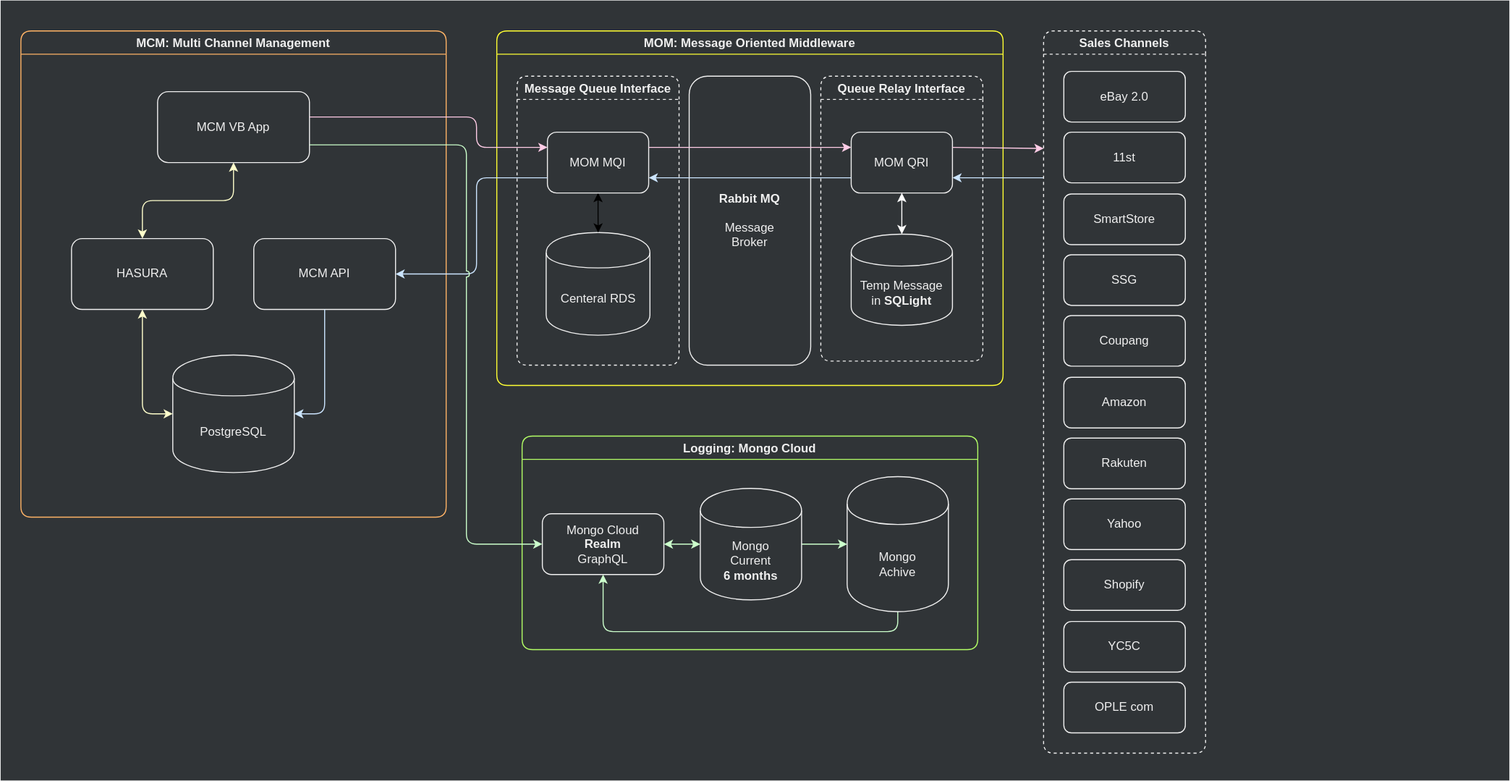
The draw.io diagram assets/.draw.io/documents/geclio2-mcm-service.svg in jiholee-ntwglobal/jiholee-ntwglobal.github.io, before a commit. Source tidied: cells renumbered, new cells last; positions are measured from the earlier drawing's top-left corner, leaving out a move shared by most shapes.
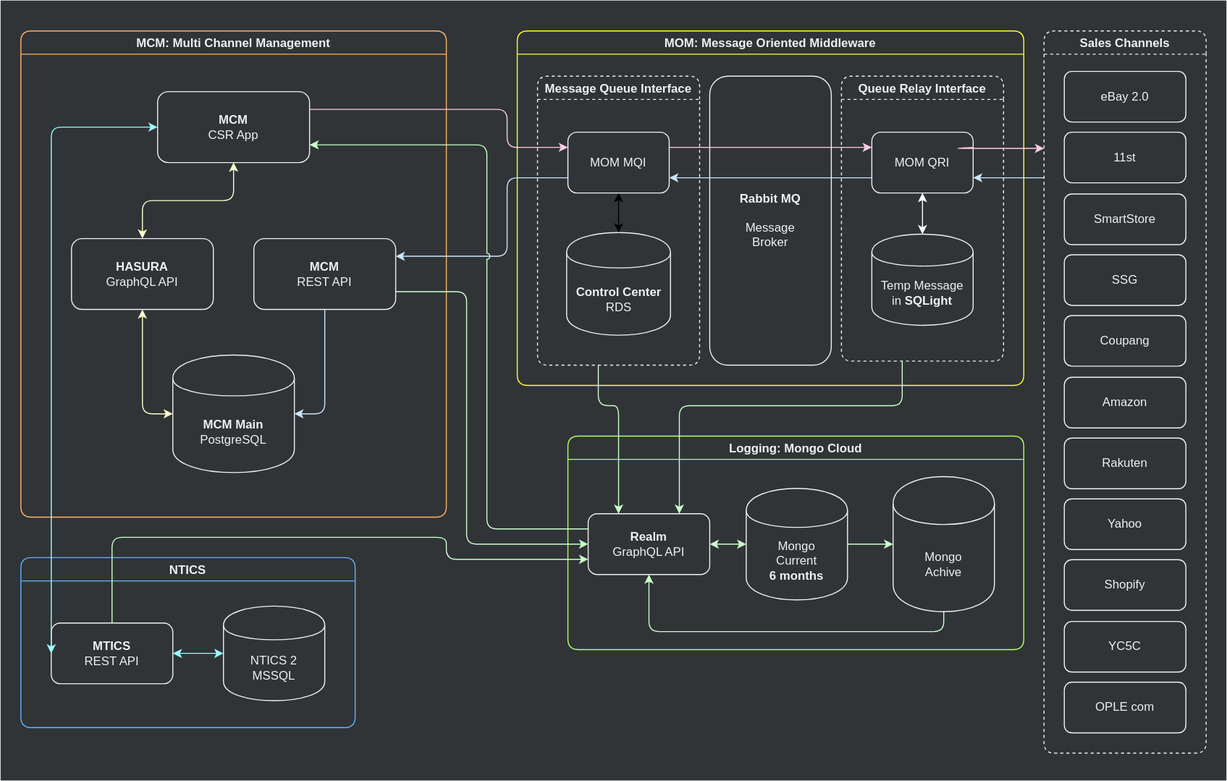
The same diagram one commit later.

The edit, as a diff of the source:
```diff
@@ -3,16 +3,16 @@
     <mxCell id="0" />
     <mxCell id="1" value="Background" parent="0" />
     <mxCell id="2" style="rounded=0;whiteSpace=wrap;html=1;strokeColor=none;fillColor=#303437;fontColor=#F0F0F0;labelBackgroundColor=none;" parent="1" vertex="1">
-      <mxGeometry width="1490" height="770" as="geometry" />
+      <mxGeometry width="1210" height="770" as="geometry" />
     </mxCell>
     <mxCell id="3" value="Foreground" parent="0" />
     <mxCell id="4" value="MCM: Multi Channel Management" style="swimlane;rounded=1;fillColor=none;fontColor=#F0F0F0;strokeColor=#FFB366;" parent="3" vertex="1">
       <mxGeometry x="20" y="30" width="420" height="480" as="geometry" />
     </mxCell>
-    <mxCell id="5" value="PostgreSQL" style="shape=cylinder;whiteSpace=wrap;html=1;boundedLbl=1;backgroundOutline=1;fillColor=none;fontColor=#F0F0F0;strokeColor=#F0F0F0;" parent="4" vertex="1">
+    <mxCell id="5" value="&lt;b&gt;MCM Main&lt;/b&gt;&lt;br&gt;PostgreSQL" style="shape=cylinder;whiteSpace=wrap;html=1;boundedLbl=1;backgroundOutline=1;fillColor=none;fontColor=#F0F0F0;strokeColor=#F0F0F0;" parent="4" vertex="1">
       <mxGeometry x="150" y="320" width="120" height="116" as="geometry" />
     </mxCell>
-    <mxCell id="6" value="MCM API" style="rounded=1;whiteSpace=wrap;html=1;fillColor=none;fontColor=#F0F0F0;strokeColor=#F0F0F0;" parent="4" vertex="1">
+    <mxCell id="6" value="&lt;b&gt;MCM &lt;/b&gt;&lt;br&gt;REST API" style="rounded=1;whiteSpace=wrap;html=1;fillColor=none;fontColor=#F0F0F0;strokeColor=#F0F0F0;" parent="4" vertex="1">
       <mxGeometry x="230" y="205" width="140" height="70" as="geometry" />
     </mxCell>
     <mxCell id="7" style="edgeStyle=orthogonalEdgeStyle;rounded=1;jettySize=auto;html=1;entryX=0;entryY=0.5;entryDx=0;entryDy=0;strokeColor=#FFFFCC;startArrow=classic;startFill=1;jumpStyle=arc;exitX=0.5;exitY=1;exitDx=0;exitDy=0;" parent="4" edge="1" source="11" target="5">
@@ -22,7 +22,7 @@
         </Array>
       </mxGeometry>
     </mxCell>
-    <mxCell id="8" value="MCM VB App" style="rounded=1;whiteSpace=wrap;html=1;fillColor=none;fontColor=#F0F0F0;strokeColor=#F0F0F0;" parent="4" vertex="1">
+    <mxCell id="8" value="&lt;b&gt;MCM&lt;br&gt;&lt;/b&gt;CSR App" style="rounded=1;whiteSpace=wrap;html=1;fillColor=none;fontColor=#F0F0F0;strokeColor=#F0F0F0;" parent="4" vertex="1">
       <mxGeometry x="135" y="60" width="150" height="70" as="geometry" />
     </mxCell>
     <mxCell id="9" style="edgeStyle=orthogonalEdgeStyle;rounded=1;jettySize=auto;html=1;strokeColor=#CCE5FF;jumpStyle=arc;entryX=1;entryY=0.5;entryDx=0;entryDy=0;exitX=0.5;exitY=1;exitDx=0;exitDy=0;" parent="4" edge="1" source="6" target="5">
@@ -35,11 +35,11 @@
     <mxCell id="10" style="edgeStyle=orthogonalEdgeStyle;rounded=1;jettySize=auto;html=1;entryX=0.5;entryY=1;entryDx=0;entryDy=0;startArrow=classic;startFill=1;strokeColor=#FFFFCC;" parent="4" edge="1" source="11" target="8">
       <mxGeometry relative="1" as="geometry" />
     </mxCell>
-    <mxCell id="11" value="HASURA" style="rounded=1;whiteSpace=wrap;html=1;fillColor=none;fontColor=#F0F0F0;strokeColor=#F0F0F0;" parent="4" vertex="1">
+    <mxCell id="11" value="&lt;b&gt;HASURA&lt;/b&gt;&lt;br&gt;GraphQL API" style="rounded=1;whiteSpace=wrap;html=1;fillColor=none;fontColor=#F0F0F0;strokeColor=#F0F0F0;" parent="4" vertex="1">
       <mxGeometry x="50" y="205" width="140" height="70" as="geometry" />
     </mxCell>
     <mxCell id="12" value="MOM: Message Oriented Middleware" style="swimlane;rounded=1;fillColor=none;fontColor=#F0F0F0;strokeColor=#FFFF33;" parent="3" vertex="1">
-      <mxGeometry x="490" y="30" width="500" height="350" as="geometry" />
+      <mxGeometry x="510" y="30" width="500" height="350" as="geometry" />
     </mxCell>
     <mxCell id="13" value="Queue Relay Interface" style="swimlane;rounded=1;fillColor=none;fontColor=#F0F0F0;strokeColor=#F0F0F0;dashed=1;" parent="12" vertex="1">
       <mxGeometry x="320" y="44.7" width="160" height="281.3" as="geometry" />
@@ -56,7 +56,7 @@
     <mxCell id="17" value="Message Queue Interface" style="swimlane;rounded=1;fillColor=none;fontColor=#F0F0F0;strokeColor=#F0F0F0;dashed=1;" parent="12" vertex="1">
       <mxGeometry x="20" y="44.7" width="160" height="285.3" as="geometry" />
     </mxCell>
-    <mxCell id="18" value="Centeral RDS" style="shape=cylinder;whiteSpace=wrap;html=1;boundedLbl=1;backgroundOutline=1;fillColor=none;fontColor=#F0F0F0;strokeColor=#F0F0F0;" parent="17" vertex="1">
+    <mxCell id="18" value="&lt;b&gt;Control Center&lt;/b&gt;&lt;br&gt;RDS" style="shape=cylinder;whiteSpace=wrap;html=1;boundedLbl=1;backgroundOutline=1;fillColor=none;fontColor=#F0F0F0;strokeColor=#F0F0F0;" parent="17" vertex="1">
       <mxGeometry x="28.8" y="154.3" width="102.5" height="101.4" as="geometry" />
     </mxCell>
     <mxCell id="19" style="edgeStyle=orthogonalEdgeStyle;rounded=0;jettySize=auto;html=1;startArrow=classic;startFill=1;" parent="17" edge="1" source="20" target="18">
@@ -80,12 +80,12 @@
       <mxGeometry relative="1" as="geometry" />
     </mxCell>
     <mxCell id="24" value="Logging: Mongo Cloud" style="swimlane;rounded=1;fillColor=none;fontColor=#F0F0F0;strokeColor=#B3FF66;" parent="3" vertex="1">
-      <mxGeometry x="515" y="430" width="450" height="210.8" as="geometry" />
+      <mxGeometry x="560" y="430" width="450" height="210.8" as="geometry" />
     </mxCell>
     <mxCell id="25" style="edgeStyle=orthogonalEdgeStyle;rounded=1;jettySize=auto;html=1;startArrow=classic;startFill=1;strokeColor=#CCFFCC;jumpStyle=arc;" parent="24" edge="1" source="26" target="28">
       <mxGeometry relative="1" as="geometry" />
     </mxCell>
-    <mxCell id="26" value="Mongo Cloud&lt;br&gt;&lt;b&gt;Realm&lt;/b&gt;&lt;br&gt;GraphQL" style="rounded=1;whiteSpace=wrap;html=1;fillColor=none;fontColor=#F0F0F0;strokeColor=#F0F0F0;" parent="24" vertex="1">
+    <mxCell id="26" value="&lt;b&gt;Realm&lt;/b&gt;&lt;br&gt;GraphQL API" style="rounded=1;whiteSpace=wrap;html=1;fillColor=none;fontColor=#F0F0F0;strokeColor=#F0F0F0;" parent="24" vertex="1">
       <mxGeometry x="20" y="76.7" width="120" height="60" as="geometry" />
     </mxCell>
     <mxCell id="27" style="edgeStyle=orthogonalEdgeStyle;rounded=1;jettySize=auto;html=1;exitX=1;exitY=0.5;exitDx=0;exitDy=0;entryX=0;entryY=0.5;entryDx=0;entryDy=0;strokeColor=#CCFFCC;jumpStyle=arc;" parent="24" edge="1" source="28" target="30">
@@ -105,22 +105,14 @@
     <mxCell id="30" value="Mongo&lt;br&gt;Achive" style="shape=cylinder;whiteSpace=wrap;html=1;boundedLbl=1;backgroundOutline=1;fillColor=none;fontColor=#F0F0F0;strokeColor=#F0F0F0;" parent="24" vertex="1">
       <mxGeometry x="321" y="40" width="100" height="133.3" as="geometry" />
     </mxCell>
-    <mxCell id="31" style="edgeStyle=orthogonalEdgeStyle;jettySize=auto;html=1;entryX=1;entryY=0.5;entryDx=0;entryDy=0;startArrow=none;startFill=0;strokeColor=#CCE5FF;exitX=0;exitY=0.75;exitDx=0;exitDy=0;rounded=1;jumpStyle=arc;" parent="3" edge="1" source="20" target="6">
+    <mxCell id="31" style="edgeStyle=orthogonalEdgeStyle;jettySize=auto;html=1;entryX=1;entryY=0.25;entryDx=0;entryDy=0;startArrow=none;startFill=0;strokeColor=#CCE5FF;exitX=0;exitY=0.75;exitDx=0;exitDy=0;rounded=1;jumpStyle=arc;" parent="3" edge="1" source="20" target="6">
       <mxGeometry relative="1" as="geometry">
         <Array as="points">
-          <mxPoint x="470" y="175" />
-          <mxPoint x="470" y="270" />
+          <mxPoint x="500" y="175" />
+          <mxPoint x="500" y="253" />
         </Array>
       </mxGeometry>
     </mxCell>
-    <mxCell id="32" style="edgeStyle=orthogonalEdgeStyle;rounded=1;jettySize=auto;html=1;startArrow=classic;startFill=1;strokeColor=#CCFFCC;exitX=0;exitY=0.5;exitDx=0;exitDy=0;entryX=1;entryY=0.75;entryDx=0;entryDy=0;endArrow=none;endFill=0;jumpStyle=arc;" parent="3" edge="1" source="26" target="8">
-      <mxGeometry relative="1" as="geometry">
-        <Array as="points">
-          <mxPoint x="460" y="537" />
-          <mxPoint x="460" y="143" />
-        </Array>
-      </mxGeometry>
-    </mxCell>
     <mxCell id="33" style="edgeStyle=orthogonalEdgeStyle;rounded=1;jettySize=auto;html=1;startArrow=none;startFill=0;strokeColor=#FFCCE6;exitX=1;exitY=0.25;exitDx=0;exitDy=0;jumpStyle=arc;" parent="3" edge="1" source="16">
       <mxGeometry relative="1" as="geometry">
         <mxPoint x="1030" y="146" as="targetPoint" />
@@ -170,13 +162,74 @@
     <mxCell id="46" value="OPLE com" style="rounded=1;whiteSpace=wrap;html=1;fillColor=none;fontColor=#F0F0F0;strokeColor=#F0F0F0;" parent="35" vertex="1">
       <mxGeometry x="20" y="643" width="120" height="50" as="geometry" />
     </mxCell>
-    <mxCell id="47" style="edgeStyle=orthogonalEdgeStyle;rounded=1;jettySize=auto;html=1;startArrow=none;startFill=0;exitX=1;exitY=0.357;exitDx=0;exitDy=0;strokeColor=#FFCCE6;entryX=0;entryY=0.25;entryDx=0;entryDy=0;jumpStyle=arc;exitPerimeter=0;" parent="3" edge="1" source="8" target="20">
+    <mxCell id="47" style="edgeStyle=orthogonalEdgeStyle;rounded=1;jettySize=auto;html=1;startArrow=none;startFill=0;exitX=1;exitY=0.25;exitDx=0;exitDy=0;strokeColor=#FFCCE6;entryX=0;entryY=0.25;entryDx=0;entryDy=0;jumpStyle=arc;" parent="3" edge="1" source="8" target="20">
       <mxGeometry relative="1" as="geometry">
         <Array as="points">
-          <mxPoint x="470" y="115" />
-          <mxPoint x="470" y="145" />
+          <mxPoint x="500" y="108" />
+          <mxPoint x="500" y="145" />
         </Array>
       </mxGeometry>
     </mxCell>
+    <mxCell id="48" style="edgeStyle=orthogonalEdgeStyle;rounded=1;jettySize=auto;html=1;startArrow=classic;startFill=1;strokeColor=#CCFFCC;exitX=0;exitY=0.5;exitDx=0;exitDy=0;endArrow=none;endFill=0;jumpStyle=arc;entryX=1;entryY=0.75;entryDx=0;entryDy=0;" parent="3" edge="1" source="26" target="6">
+      <mxGeometry relative="1" as="geometry">
+        <Array as="points">
+          <mxPoint x="460" y="537" />
+          <mxPoint x="460" y="288" />
+        </Array>
+      </mxGeometry>
+    </mxCell>
+    <mxCell id="32" style="edgeStyle=orthogonalEdgeStyle;rounded=1;jettySize=auto;html=1;startArrow=classic;startFill=1;strokeColor=#CCFFCC;exitX=1;exitY=0.75;exitDx=0;exitDy=0;endArrow=none;endFill=0;jumpStyle=arc;entryX=0;entryY=0.25;entryDx=0;entryDy=0;" parent="3" edge="1" source="8" target="26">
+      <mxGeometry relative="1" as="geometry">
+        <Array as="points">
+          <mxPoint x="480" y="143" />
+          <mxPoint x="480" y="522" />
+        </Array>
+      </mxGeometry>
+    </mxCell>
+    <mxCell id="49" style="edgeStyle=orthogonalEdgeStyle;rounded=1;jettySize=auto;html=1;entryX=0.25;entryY=0;entryDx=0;entryDy=0;startArrow=none;startFill=0;strokeColor=#CCFFCC;" parent="3" edge="1" source="17" target="26">
+      <mxGeometry relative="1" as="geometry">
+        <Array as="points">
+          <mxPoint x="590" y="400" />
+          <mxPoint x="610" y="400" />
+        </Array>
+      </mxGeometry>
+    </mxCell>
+    <mxCell id="50" style="edgeStyle=orthogonalEdgeStyle;rounded=1;jettySize=auto;html=1;entryX=0.75;entryY=0;entryDx=0;entryDy=0;startArrow=none;startFill=0;strokeColor=#CCFFCC;" parent="3" edge="1" source="13" target="26">
+      <mxGeometry relative="1" as="geometry">
+        <Array as="points">
+          <mxPoint x="890" y="400" />
+          <mxPoint x="670" y="400" />
+        </Array>
+      </mxGeometry>
+    </mxCell>
+    <mxCell id="51" value="NTICS" style="swimlane;rounded=1;fillColor=none;fontColor=#F0F0F0;strokeColor=#66B2FF;" parent="3" vertex="1">
+      <mxGeometry x="20" y="550" width="330" height="167.8" as="geometry" />
+    </mxCell>
+    <mxCell id="52" style="edgeStyle=orthogonalEdgeStyle;rounded=1;jettySize=auto;html=1;entryX=0;entryY=0.5;entryDx=0;entryDy=0;startArrow=classic;startFill=1;strokeColor=#99FFFF;" parent="51" edge="1" source="53" target="54">
+      <mxGeometry relative="1" as="geometry" />
+    </mxCell>
+    <mxCell id="53" value="&lt;b&gt;MTICS&lt;/b&gt;&lt;br&gt;REST API" style="rounded=1;whiteSpace=wrap;html=1;fillColor=none;fontColor=#F0F0F0;strokeColor=#F0F0F0;" parent="51" vertex="1">
+      <mxGeometry x="30" y="64.5" width="120" height="60" as="geometry" />
+    </mxCell>
+    <mxCell id="54" value="NTICS 2&lt;br&gt;MSSQL" style="shape=cylinder;whiteSpace=wrap;html=1;boundedLbl=1;backgroundOutline=1;fillColor=none;fontColor=#F0F0F0;strokeColor=#F0F0F0;" parent="51" vertex="1">
+      <mxGeometry x="200" y="47.8" width="100" height="93.3" as="geometry" />
+    </mxCell>
+    <mxCell id="55" style="edgeStyle=orthogonalEdgeStyle;rounded=1;jettySize=auto;html=1;entryX=0;entryY=0.5;entryDx=0;entryDy=0;startArrow=classic;startFill=1;strokeColor=#99FFFF;" parent="3" edge="1" source="8" target="53">
+      <mxGeometry relative="1" as="geometry">
+        <Array as="points">
+          <mxPoint x="50" y="125" />
+          <mxPoint x="50" y="645" />
+        </Array>
+      </mxGeometry>
+    </mxCell>
+    <mxCell id="56" style="edgeStyle=orthogonalEdgeStyle;rounded=1;jettySize=auto;html=1;startArrow=classic;startFill=1;strokeColor=#CCFFCC;exitX=0;exitY=0.75;exitDx=0;exitDy=0;endArrow=none;endFill=0;jumpStyle=arc;entryX=0.5;entryY=0;entryDx=0;entryDy=0;" parent="3" edge="1" source="26" target="53">
+      <mxGeometry relative="1" as="geometry">
+        <Array as="points">
+          <mxPoint x="440" y="552" />
+          <mxPoint x="440" y="530" />
+          <mxPoint x="110" y="530" />
+        </Array>
+      </mxGeometry>
+    </mxCell>
   </root>
 </mxGraphModel>
```
